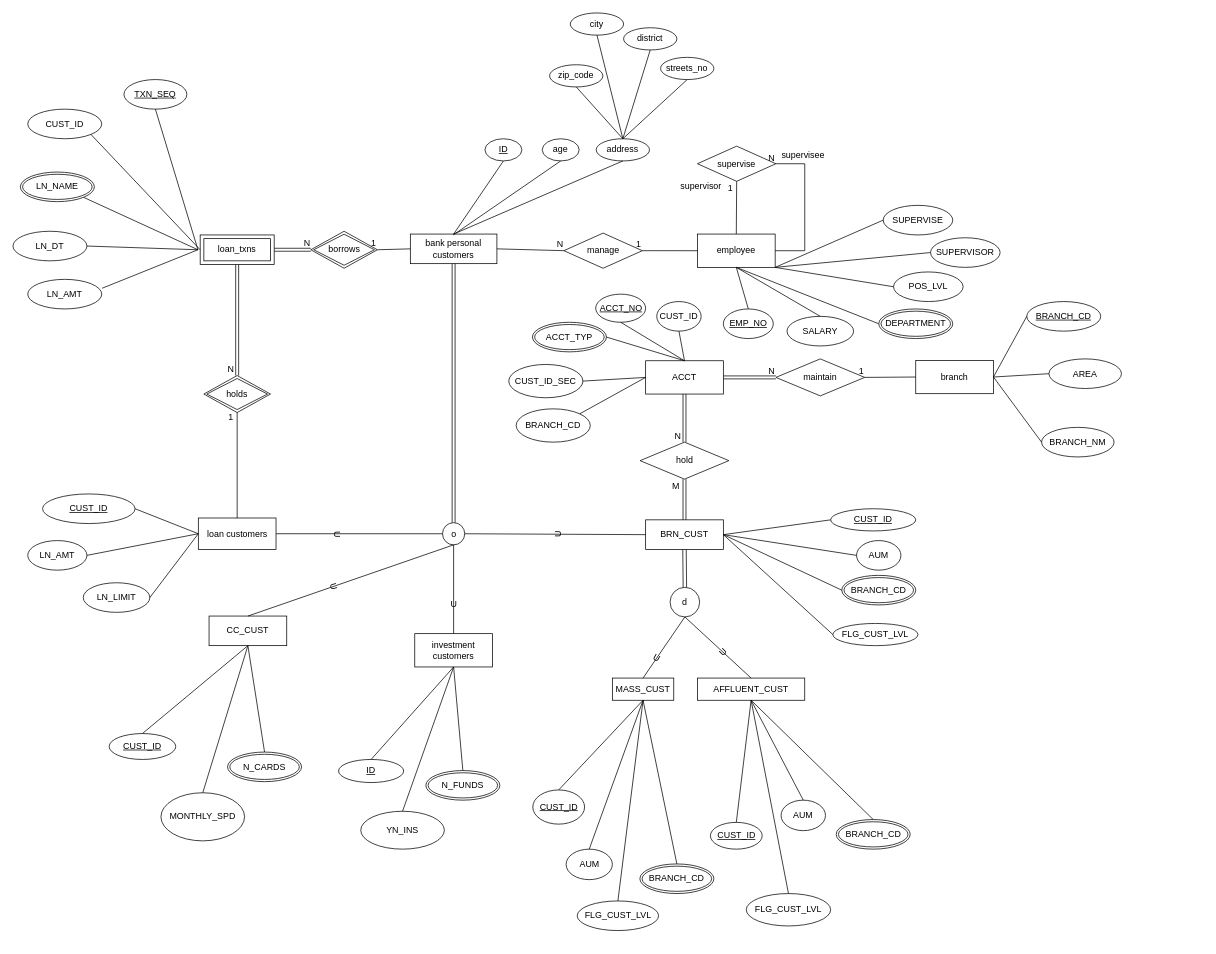
This is Homeworks/hw2.drawio from qqaazz800624/2023_Database_Systems_SQLtoNoSQL, a draw.io file, before an edit. Source tidied: cells renumbered, new cells numbered last; positions are measured from the earlier drawing's top-left corner, leaving out a move shared by most shapes. Both pictures are drawn from the tidied source at 74%, with x=0, y=0 at pixel (13, 13).
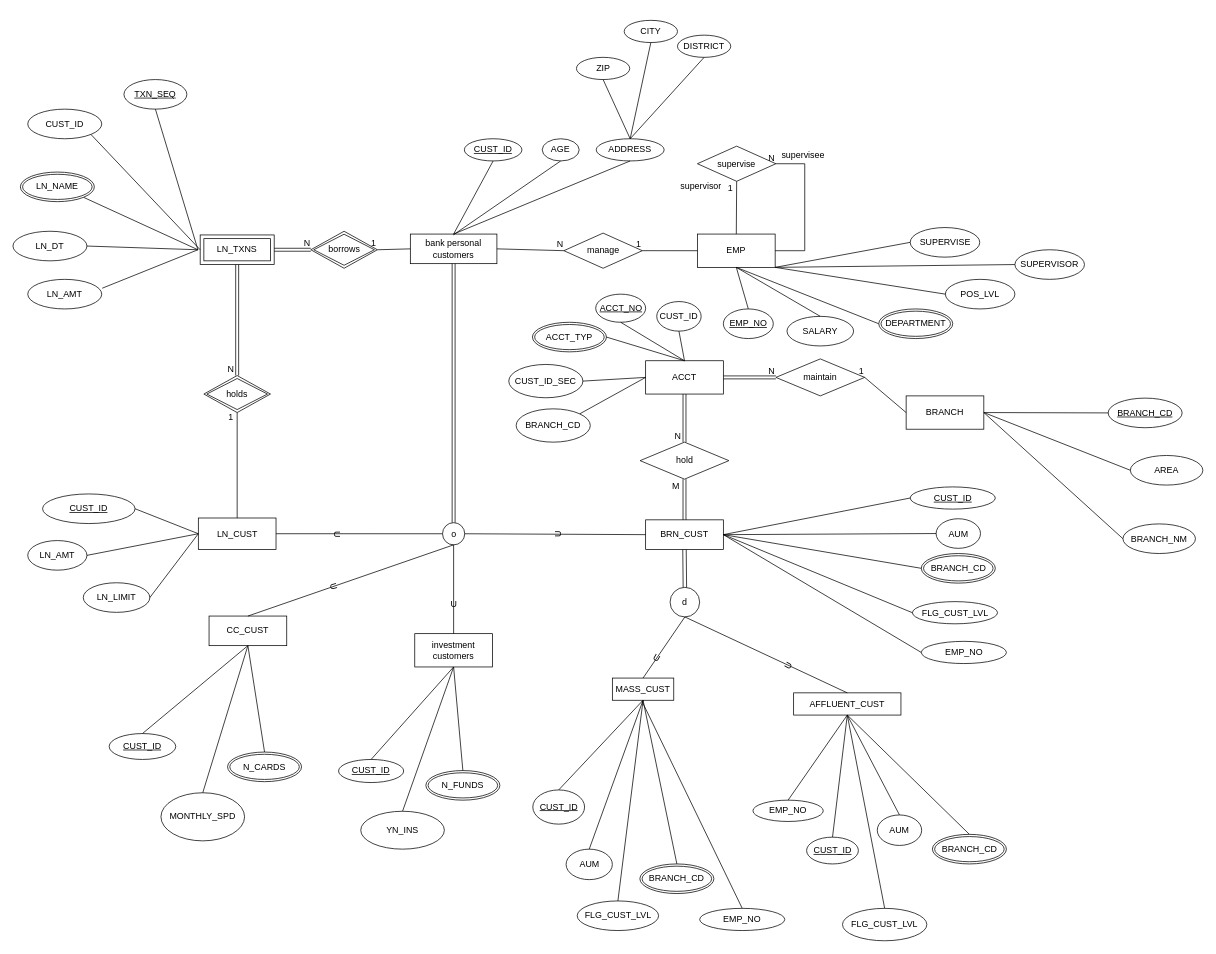
The same diagram, later.

Unchanged cells that the change refers to:
```xml
<mxCell id="4" value="BRN_CUST" style="rounded=0;whiteSpace=wrap;html=1;" parent="1" vertex="1">
  <mxGeometry x="855" y="685" width="105" height="40" as="geometry" />
</mxCell>
```

Diff of the diagram source:
```diff
@@
-    <mxCell id="10" value="&lt;u&gt;ID&lt;/u&gt;" style="ellipse;whiteSpace=wrap;html=1;" parent="1" vertex="1">
-      <mxGeometry x="637.8" y="170" width="50" height="30" as="geometry" />
+    <mxCell id="10" value="&lt;u&gt;CUST_ID&lt;/u&gt;" style="ellipse;whiteSpace=wrap;html=1;" parent="1" vertex="1">
+      <mxGeometry x="610" y="170" width="77.8" height="30" as="geometry" />
     </mxCell>
-    <mxCell id="11" value="age" style="ellipse;whiteSpace=wrap;html=1;" parent="1" vertex="1">
+    <mxCell id="11" value="AGE" style="ellipse;whiteSpace=wrap;html=1;" parent="1" vertex="1">
       <mxGeometry x="715.2" y="170" width="50" height="30" as="geometry" />
     </mxCell>
-    <mxCell id="12" value="address" style="ellipse;whiteSpace=wrap;html=1;" parent="1" vertex="1">
-      <mxGeometry x="788.2" y="170" width="72" height="30" as="geometry" />
+    <mxCell id="12" value="ADDRESS" style="ellipse;whiteSpace=wrap;html=1;" parent="1" vertex="1">
+      <mxGeometry x="788.2" y="170" width="91.8" height="30" as="geometry" />
     </mxCell>
@@
     <mxCell id="18" value="AFFLUENT_CUST" style="rounded=0;whiteSpace=wrap;html=1;" parent="1" vertex="1">
-      <mxGeometry x="925" y="898.8" width="145" height="30" as="geometry" />
+      <mxGeometry x="1055" y="918.8" width="145" height="30" as="geometry" />
     </mxCell>
@@
-    <mxCell id="21" value="loan customers" style="rounded=0;whiteSpace=wrap;html=1;" parent="1" vertex="1">
+    <mxCell id="21" value="LN_CUST" style="rounded=0;whiteSpace=wrap;html=1;" parent="1" vertex="1">
       <mxGeometry x="250.5" y="682.5" width="105" height="42.5" as="geometry" />
     </mxCell>
@@
     <mxCell id="38" value="&lt;u&gt;CUST_ID&lt;/u&gt;" style="ellipse;whiteSpace=wrap;html=1;" parent="1" vertex="1">
-      <mxGeometry x="1105" y="670" width="115" height="30" as="geometry" />
+      <mxGeometry x="1212.5" y="640.5" width="115" height="30" as="geometry" />
     </mxCell>
     <mxCell id="39" value="AUM" style="ellipse;whiteSpace=wrap;html=1;" parent="1" vertex="1">
-      <mxGeometry x="1140" y="713" width="60" height="40" as="geometry" />
+      <mxGeometry x="1247.5" y="683.5" width="60" height="40" as="geometry" />
     </mxCell>
@@
     <mxCell id="42" value="BRANCH_CD" style="ellipse;shape=doubleEllipse;margin=3;whiteSpace=wrap;html=1;align=center;" parent="1" vertex="1">
-      <mxGeometry x="1120" y="760" width="100" height="40" as="geometry" />
+      <mxGeometry x="1227.5" y="730.5" width="100" height="40" as="geometry" />
     </mxCell>
@@
-    <mxCell id="44" value="zip_code" style="ellipse;whiteSpace=wrap;html=1;" parent="1" vertex="1">
-      <mxGeometry x="725.2" y="70" width="72" height="30" as="geometry" />
+    <mxCell id="44" value="ZIP" style="ellipse;whiteSpace=wrap;html=1;" parent="1" vertex="1">
+      <mxGeometry x="761.5" y="60" width="72" height="30" as="geometry" />
     </mxCell>
-    <mxCell id="45" value="city" style="ellipse;whiteSpace=wrap;html=1;" parent="1" vertex="1">
-      <mxGeometry x="753.2" width="72" height="30" as="geometry" />
+    <mxCell id="45" value="CITY" style="ellipse;whiteSpace=wrap;html=1;" parent="1" vertex="1">
+      <mxGeometry x="826" y="10" width="72" height="30" as="geometry" />
     </mxCell>
-    <mxCell id="46" value="district" style="ellipse;whiteSpace=wrap;html=1;" parent="1" vertex="1">
-      <mxGeometry x="825.2" y="20" width="72" height="30" as="geometry" />
+    <mxCell id="46" value="DISTRICT" style="ellipse;whiteSpace=wrap;html=1;" parent="1" vertex="1">
+      <mxGeometry x="898" y="30" width="72" height="30" as="geometry" />
     </mxCell>
-    <mxCell id="47" value="streets_no" style="ellipse;whiteSpace=wrap;html=1;" parent="1" vertex="1">
-      <mxGeometry x="875.2" y="60" width="72" height="30" as="geometry" />
-    </mxCell>
@@
-    <mxCell id="51" style="endArrow=none;html=1;rounded=0;entryX=0.5;entryY=0;entryDx=0;entryDy=0;exitX=0.5;exitY=1;exitDx=0;exitDy=0;" parent="1" edge="1" source="47" target="12">
-      <mxGeometry relative="1" as="geometry" />
-    </mxCell>
@@
     <mxCell id="59" value="&lt;u&gt;CUST_ID&lt;/u&gt;" style="ellipse;whiteSpace=wrap;html=1;" parent="1" vertex="1">
-      <mxGeometry x="942.5" y="1093.8" width="70" height="36.2" as="geometry" />
+      <mxGeometry x="1072.5" y="1113.8" width="70" height="36.2" as="geometry" />
     </mxCell>
     <mxCell id="60" value="FLG_CUST_LVL" style="ellipse;whiteSpace=wrap;html=1;" parent="1" vertex="1">
-      <mxGeometry x="991" y="1190" width="114" height="43.8" as="geometry" />
+      <mxGeometry x="1121" y="1210" width="114" height="43.8" as="geometry" />
     </mxCell>
     <mxCell id="61" value="AUM" style="ellipse;whiteSpace=wrap;html=1;" parent="1" vertex="1">
-      <mxGeometry x="1038" y="1063.8" width="60" height="41.2" as="geometry" />
+      <mxGeometry x="1168" y="1083.8" width="60" height="41.2" as="geometry" />
     </mxCell>
@@
-    <mxCell id="65" value="&lt;u&gt;ID&lt;/u&gt;" style="ellipse;whiteSpace=wrap;html=1;" parent="1" vertex="1">
+    <mxCell id="65" value="&lt;u&gt;CUST_ID&lt;/u&gt;" style="ellipse;whiteSpace=wrap;html=1;" parent="1" vertex="1">
       <mxGeometry x="440" y="1008.8" width="88" height="31.2" as="geometry" />
     </mxCell>
@@
-    <mxCell id="68" value="loan_txns" style="shape=ext;margin=3;double=1;whiteSpace=wrap;html=1;align=center;" parent="1" vertex="1">
+    <mxCell id="68" value="LN_TXNS" style="shape=ext;margin=3;double=1;whiteSpace=wrap;html=1;align=center;" parent="1" vertex="1">
       <mxGeometry x="253" y="300" width="100" height="40" as="geometry" />
     </mxCell>
@@
-    <mxCell id="80" value="employee" style="rounded=0;whiteSpace=wrap;html=1;" parent="1" vertex="1">
+    <mxCell id="80" value="EMP" style="rounded=0;whiteSpace=wrap;html=1;" parent="1" vertex="1">
       <mxGeometry x="925" y="298.8" width="105" height="45" as="geometry" />
     </mxCell>
@@
-    <mxCell id="104" value="branch" style="rounded=0;whiteSpace=wrap;html=1;" parent="1" vertex="1">
-      <mxGeometry x="1220" y="469.5" width="105" height="45" as="geometry" />
+    <mxCell id="104" value="BRANCH" style="rounded=0;whiteSpace=wrap;html=1;" parent="1" vertex="1">
+      <mxGeometry x="1207" y="517.5" width="105" height="45" as="geometry" />
     </mxCell>
@@
     <mxCell id="114" value="&lt;u&gt;BRANCH_CD&lt;/u&gt;" style="ellipse;whiteSpace=wrap;html=1;" parent="1" vertex="1">
-      <mxGeometry x="1370" y="390" width="100" height="40" as="geometry" />
+      <mxGeometry x="1480" y="520.5" width="100" height="40" as="geometry" />
     </mxCell>
     <mxCell id="115" value="AREA" style="ellipse;whiteSpace=wrap;html=1;" parent="1" vertex="1">
-      <mxGeometry x="1400" y="467.5" width="98" height="40" as="geometry" />
+      <mxGeometry x="1510" y="598" width="98" height="40" as="geometry" />
     </mxCell>
     <mxCell id="116" value="BRANCH_NM" style="ellipse;whiteSpace=wrap;html=1;" parent="1" vertex="1">
-      <mxGeometry x="1390" y="560" width="98" height="40" as="geometry" />
+      <mxGeometry x="1500" y="690.5" width="98" height="40" as="geometry" />
     </mxCell>
@@
     <mxCell id="140" value="FLG_CUST_LVL" style="ellipse;whiteSpace=wrap;html=1;" parent="1" vertex="1">
-      <mxGeometry x="1108" y="825" width="115" height="30" as="geometry" />
+      <mxGeometry x="1215.5" y="795.5" width="115" height="30" as="geometry" />
     </mxCell>
@@
-    <mxCell id="143" value="U" style="text;html=1;strokeColor=none;fillColor=none;align=center;verticalAlign=middle;whiteSpace=wrap;rounded=0;rotation=-45;" parent="1" vertex="1">
-      <mxGeometry x="935" y="838.8" width="50" height="51" as="geometry" />
+    <mxCell id="143" value="U" style="text;html=1;strokeColor=none;fillColor=none;align=center;verticalAlign=middle;whiteSpace=wrap;rounded=0;rotation=-60;" parent="1" vertex="1">
+      <mxGeometry x="1022.5" y="857" width="50" height="51" as="geometry" />
     </mxCell>
@@
     <mxCell id="145" value="BRANCH_CD" style="ellipse;shape=doubleEllipse;margin=3;whiteSpace=wrap;html=1;align=center;" parent="1" vertex="1">
-      <mxGeometry x="1112.5" y="1090" width="100" height="40" as="geometry" />
+      <mxGeometry x="1242.5" y="1110" width="100" height="40" as="geometry" />
     </mxCell>
@@
     <mxCell id="150" value="POS_LVL" style="ellipse;whiteSpace=wrap;html=1;" parent="1" vertex="1">
-      <mxGeometry x="1190" y="350" width="94" height="40" as="geometry" />
+      <mxGeometry x="1260" y="360" width="94" height="40" as="geometry" />
     </mxCell>
     <mxCell id="151" value="SUPERVISOR" style="ellipse;whiteSpace=wrap;html=1;" parent="1" vertex="1">
-      <mxGeometry x="1240" y="303.8" width="94" height="40" as="geometry" />
+      <mxGeometry x="1354" y="320" width="94" height="40" as="geometry" />
     </mxCell>
     <mxCell id="152" value="SUPERVISE" style="ellipse;whiteSpace=wrap;html=1;" parent="1" vertex="1">
-      <mxGeometry x="1176" y="260" width="94" height="40" as="geometry" />
+      <mxGeometry x="1212.5" y="290" width="94" height="40" as="geometry" />
     </mxCell>
@@
+    <mxCell id="156" value="EMP_NO" style="ellipse;whiteSpace=wrap;html=1;" parent="1" vertex="1">
+      <mxGeometry x="1227.5" y="849.2" width="115" height="30" as="geometry" />
+    </mxCell>
+    <mxCell id="157" style="endArrow=none;html=1;rounded=0;exitX=0;exitY=0.5;exitDx=0;exitDy=0;entryX=1;entryY=0.5;entryDx=0;entryDy=0;" parent="1" edge="1" source="156" target="4">
+      <mxGeometry relative="1" as="geometry" />
+    </mxCell>
+    <mxCell id="158" value="EMP_NO" style="ellipse;whiteSpace=wrap;html=1;" parent="1" vertex="1">
+      <mxGeometry x="928" y="1210" width="115" height="30" as="geometry" />
+    </mxCell>
+    <mxCell id="159" style="endArrow=none;html=1;rounded=0;exitX=0.5;exitY=0;exitDx=0;exitDy=0;" parent="1" edge="1" source="158">
+      <mxGeometry relative="1" as="geometry">
+        <mxPoint x="850" y="930" as="targetPoint" />
+      </mxGeometry>
+    </mxCell>
+    <mxCell id="160" value="EMP_NO" style="ellipse;whiteSpace=wrap;html=1;" parent="1" vertex="1">
+      <mxGeometry x="1000" y="1063.8" width="95" height="28.8" as="geometry" />
+    </mxCell>
+    <mxCell id="161" style="endArrow=none;html=1;rounded=0;exitX=0.5;exitY=0;exitDx=0;exitDy=0;entryX=0.5;entryY=1;entryDx=0;entryDy=0;" parent="1" edge="1" source="160" target="18">
+      <mxGeometry relative="1" as="geometry" />
+    </mxCell>
```
